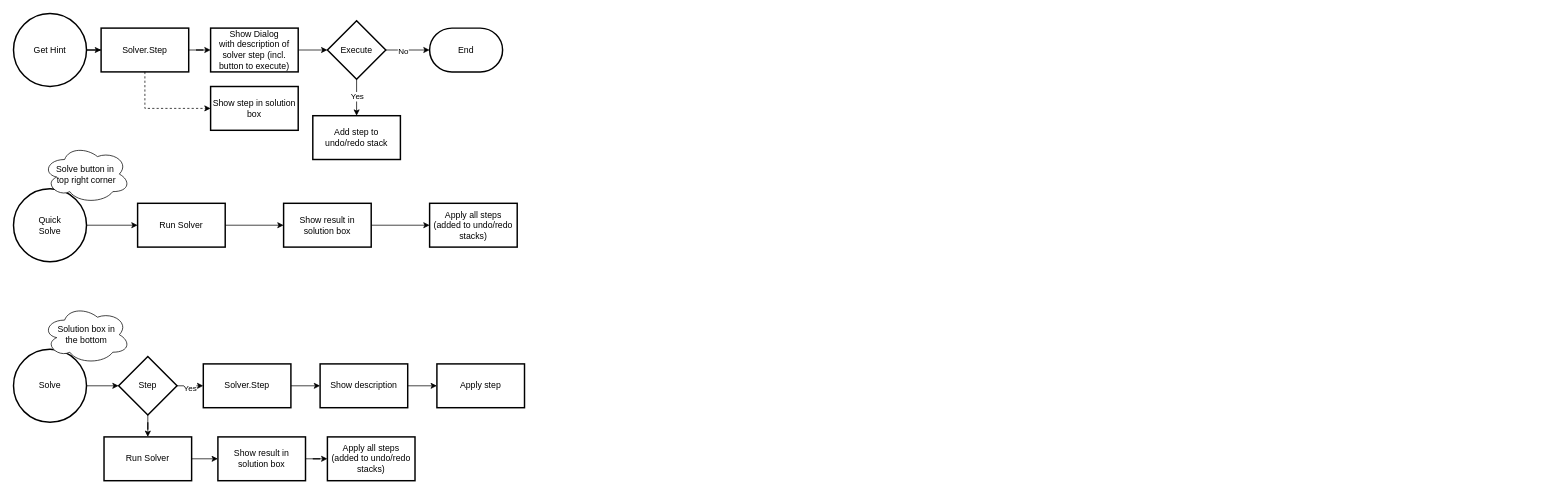
Earlier version of the draw.io diagram Documentation/Flowcharts.drawio (lycilph/SudokuSolver). Source tidied: cells renumbered, new cells numbered last; positions are measured from the earlier drawing's top-left corner, leaving out a move shared by most shapes. Both pictures are drawn from the tidied source at 73%, with x=0, y=0 at pixel (13, 13).
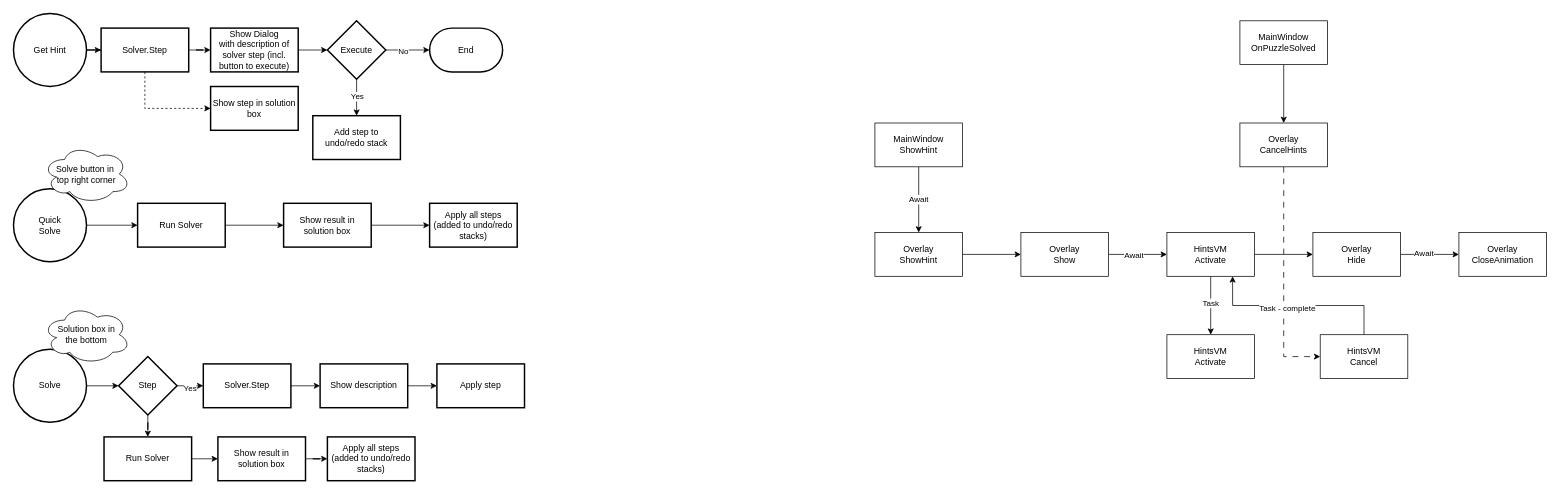
The same page after the edit.

What changed in the source:
```diff
@@
+    <mxCell id="42" style="edgeStyle=orthogonalEdgeStyle;rounded=0;jettySize=auto;html=1;exitX=0.5;exitY=1;exitDx=0;exitDy=0;" parent="1" edge="1" source="44" target="46">
+      <mxGeometry relative="1" as="geometry" />
+    </mxCell>
+    <mxCell id="43" value="Await" style="edgeLabel;html=1;align=center;verticalAlign=middle;" parent="42" vertex="1">
+      <mxGeometry x="-0.02" y="-1" relative="1" as="geometry" />
+    </mxCell>
+    <mxCell id="44" value="MainWindow&lt;div&gt;ShowHint&lt;/div&gt;" style="rounded=0;whiteSpace=wrap;html=1;" parent="1" vertex="1">
+      <mxGeometry x="1180" y="150" width="120" height="60" as="geometry" />
+    </mxCell>
+    <mxCell id="45" style="edgeStyle=orthogonalEdgeStyle;rounded=0;jettySize=auto;html=1;" parent="1" edge="1" source="46" target="49">
+      <mxGeometry relative="1" as="geometry" />
+    </mxCell>
+    <mxCell id="46" value="Overlay&lt;div&gt;ShowHint&lt;/div&gt;" style="rounded=0;whiteSpace=wrap;html=1;" parent="1" vertex="1">
+      <mxGeometry x="1180" y="300" width="120" height="60" as="geometry" />
+    </mxCell>
+    <mxCell id="47" style="edgeStyle=orthogonalEdgeStyle;rounded=0;jettySize=auto;html=1;" parent="1" edge="1" source="49" target="53">
+      <mxGeometry relative="1" as="geometry" />
+    </mxCell>
+    <mxCell id="48" value="Await" style="edgeLabel;html=1;align=center;verticalAlign=middle;" parent="47" vertex="1">
+      <mxGeometry x="-0.15" y="-1" relative="1" as="geometry" />
+    </mxCell>
+    <mxCell id="49" value="Overlay&lt;div&gt;Show&lt;/div&gt;" style="whiteSpace=wrap;html=1;rounded=0;" parent="1" vertex="1">
+      <mxGeometry x="1380" y="300" width="120" height="60" as="geometry" />
+    </mxCell>
+    <mxCell id="50" style="edgeStyle=orthogonalEdgeStyle;rounded=0;jettySize=auto;html=1;" parent="1" edge="1" source="53" target="56">
+      <mxGeometry relative="1" as="geometry" />
+    </mxCell>
+    <mxCell id="51" style="edgeStyle=orthogonalEdgeStyle;rounded=0;jettySize=auto;html=1;" parent="1" edge="1" source="53" target="58">
+      <mxGeometry relative="1" as="geometry" />
+    </mxCell>
+    <mxCell id="52" value="Task" style="edgeLabel;html=1;align=center;verticalAlign=middle;" parent="51" vertex="1">
+      <mxGeometry x="-0.1" y="-1" relative="1" as="geometry" />
+    </mxCell>
+    <mxCell id="53" value="HintsVM&lt;div&gt;Activate&lt;/div&gt;" style="whiteSpace=wrap;html=1;rounded=0;" parent="1" vertex="1">
+      <mxGeometry x="1580" y="300" width="120" height="60" as="geometry" />
+    </mxCell>
+    <mxCell id="54" style="edgeStyle=orthogonalEdgeStyle;rounded=0;jettySize=auto;html=1;" parent="1" edge="1" source="56" target="57">
+      <mxGeometry relative="1" as="geometry" />
+    </mxCell>
+    <mxCell id="55" value="A&lt;span style=&quot;background-color: light-dark(#ffffff, var(--ge-dark-color, #121212)); color: light-dark(rgb(0, 0, 0), rgb(255, 255, 255));&quot;&gt;wait&lt;/span&gt;" style="edgeLabel;html=1;align=center;verticalAlign=middle;" parent="54" vertex="1">
+      <mxGeometry x="-0.23" y="2" relative="1" as="geometry" />
+    </mxCell>
+    <mxCell id="56" value="Overlay&lt;div&gt;Hide&lt;/div&gt;" style="whiteSpace=wrap;html=1;rounded=0;" parent="1" vertex="1">
+      <mxGeometry x="1780" y="300" width="120" height="60" as="geometry" />
+    </mxCell>
+    <mxCell id="57" value="Overlay&lt;div&gt;CloseAnimation&lt;/div&gt;" style="whiteSpace=wrap;html=1;rounded=0;" parent="1" vertex="1">
+      <mxGeometry x="1980" y="300" width="120" height="60" as="geometry" />
+    </mxCell>
+    <mxCell id="58" value="HintsVM&lt;div&gt;Activate&lt;/div&gt;" style="whiteSpace=wrap;html=1;rounded=0;" parent="1" vertex="1">
+      <mxGeometry x="1580" y="440" width="120" height="60" as="geometry" />
+    </mxCell>
+    <mxCell id="59" style="edgeStyle=orthogonalEdgeStyle;rounded=0;jettySize=auto;html=1;" parent="1" edge="1" source="60" target="62">
+      <mxGeometry relative="1" as="geometry" />
+    </mxCell>
+    <mxCell id="60" value="MainWindow&lt;div&gt;OnPuzzleSolved&lt;/div&gt;" style="rounded=0;whiteSpace=wrap;html=1;" parent="1" vertex="1">
+      <mxGeometry x="1680" y="10" width="120" height="60" as="geometry" />
+    </mxCell>
+    <mxCell id="61" style="edgeStyle=orthogonalEdgeStyle;rounded=0;jettySize=auto;html=1;exitX=0.5;exitY=1;exitDx=0;exitDy=0;entryX=0;entryY=0.5;entryDx=0;entryDy=0;dashed=1;dashPattern=8 8;" parent="1" edge="1" source="62" target="65">
+      <mxGeometry relative="1" as="geometry" />
+    </mxCell>
+    <mxCell id="62" value="Overlay&lt;div&gt;CancelHints&lt;/div&gt;" style="whiteSpace=wrap;html=1;rounded=0;" parent="1" vertex="1">
+      <mxGeometry x="1680" y="150" width="120" height="60" as="geometry" />
+    </mxCell>
+    <mxCell id="63" style="edgeStyle=orthogonalEdgeStyle;rounded=0;jettySize=auto;html=1;exitX=0.5;exitY=0;exitDx=0;exitDy=0;entryX=0.75;entryY=1;entryDx=0;entryDy=0;" parent="1" edge="1" source="65" target="53">
+      <mxGeometry relative="1" as="geometry" />
+    </mxCell>
+    <mxCell id="64" value="Task - complete" style="edgeLabel;html=1;align=center;verticalAlign=middle;" parent="63" vertex="1">
+      <mxGeometry x="0.12" y="3" relative="1" as="geometry" />
+    </mxCell>
+    <mxCell id="65" value="HintsVM&lt;div&gt;Cancel&lt;/div&gt;" style="whiteSpace=wrap;html=1;rounded=0;" parent="1" vertex="1">
+      <mxGeometry x="1790" y="440" width="120" height="60" as="geometry" />
+    </mxCell>
```
